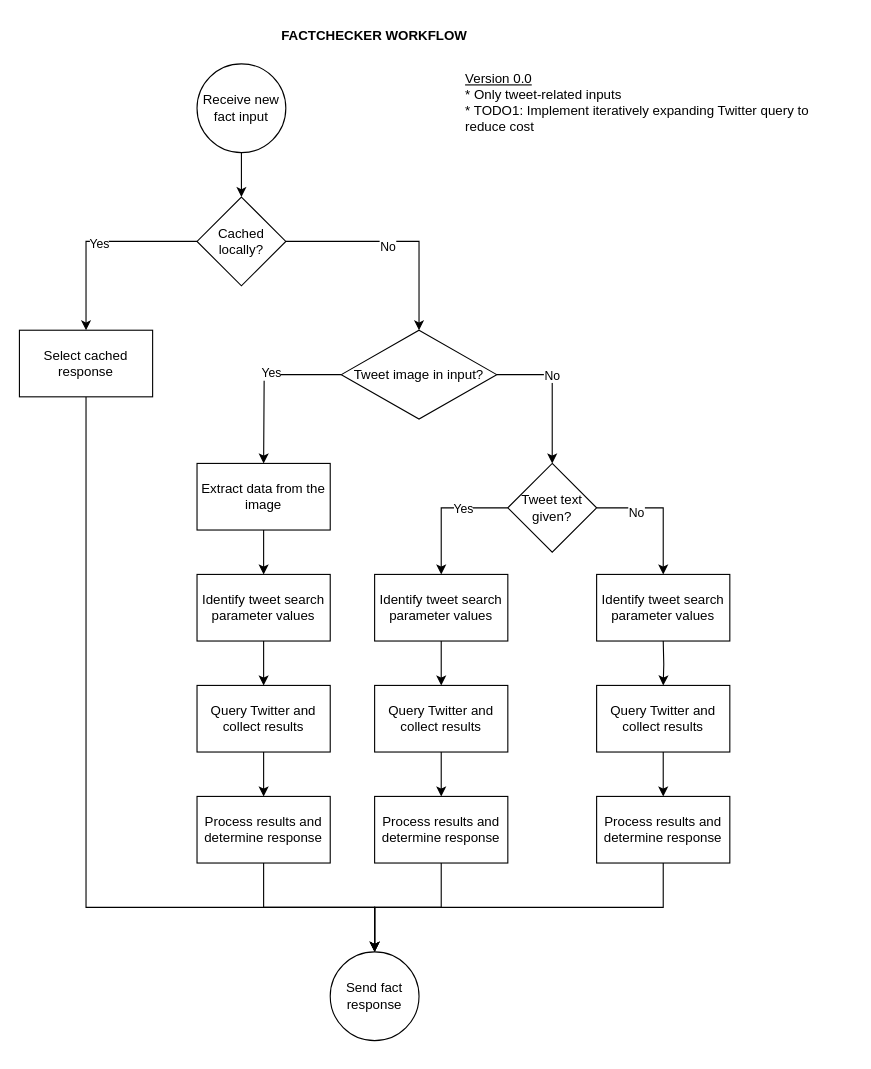
This is page "Page-2" (2 of 2) of factchecker.drawio from chaihub/fact-checker, a draw.io file, before an edit. Source tidied: cells renumbered, new cells numbered last; positions are measured from the earlier drawing's top-left corner, leaving out a move shared by most shapes. Both pictures are drawn from the tidied source at 111%, with x=0, y=0 at pixel (19, 19).
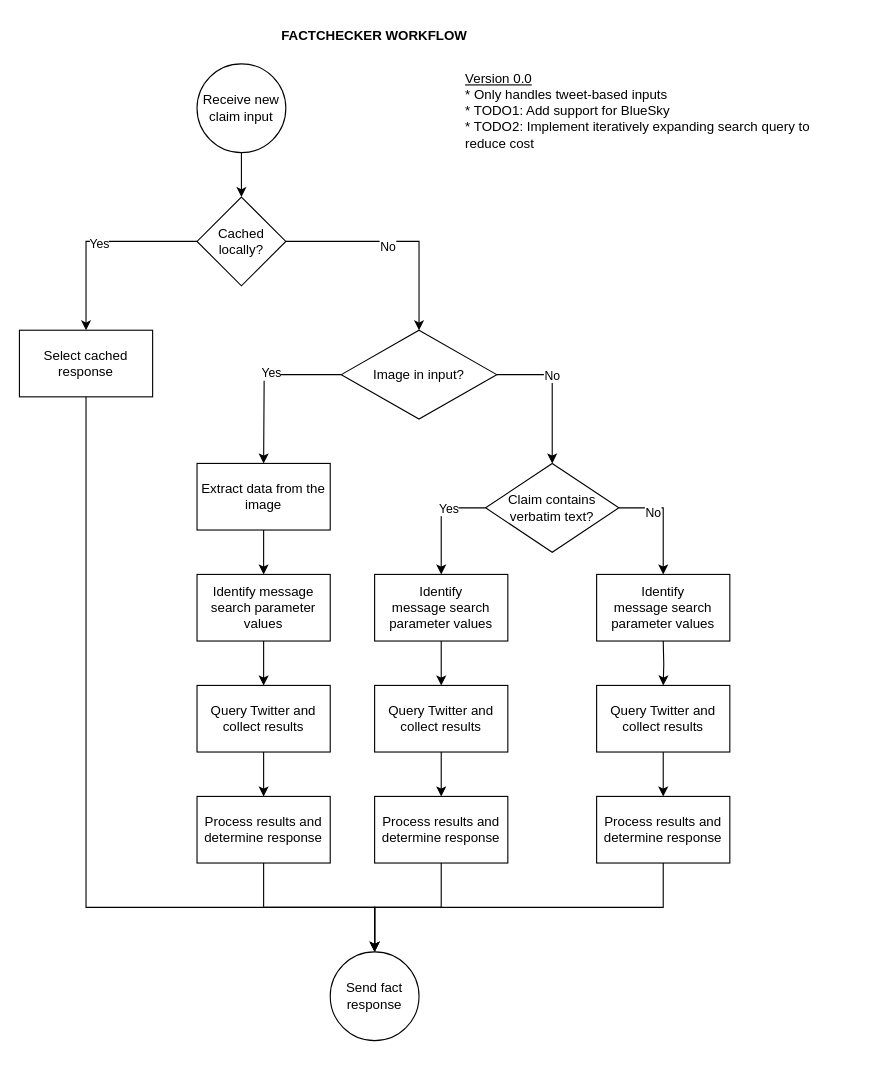
The same diagram, later.

The edit, as a diff of the source:
```diff
@@
-    <mxCell id="4" value="Receive new fact input" style="ellipse;whiteSpace=wrap;html=1;" parent="1" vertex="1">
+    <mxCell id="4" value="Receive new claim input" style="ellipse;whiteSpace=wrap;html=1;" parent="1" vertex="1">
       <mxGeometry x="160" y="40" width="80" height="80" as="geometry" />
     </mxCell>
@@
-    <mxCell id="16" value="Tweet image in input?" style="rhombus;whiteSpace=wrap;html=1;" parent="1" vertex="1">
+    <mxCell id="16" value="Image in input?" style="rhombus;whiteSpace=wrap;html=1;" parent="1" vertex="1">
       <mxGeometry x="290" y="280" width="140" height="80" as="geometry" />
     </mxCell>
-    <mxCell id="17" value="&lt;div&gt;&lt;u&gt;Version 0.0&lt;/u&gt;&lt;/div&gt;&lt;div&gt;* Only tweet-related inputs&lt;/div&gt;* TODO1: Implement iteratively expanding Twitter query to reduce cost" style="text;html=1;whiteSpace=wrap;strokeColor=none;fillColor=none;align=left;verticalAlign=top;rounded=0;" parent="1" vertex="1">
+    <mxCell id="17" value="&lt;div&gt;&lt;u&gt;Version 0.0&lt;/u&gt;&lt;/div&gt;&lt;div&gt;* Only handles tweet-based inputs&lt;/div&gt;&lt;div&gt;* TODO1: Add support for BlueSky&lt;/div&gt;* TODO2: Implement iteratively expanding search query to reduce cost" style="text;html=1;whiteSpace=wrap;strokeColor=none;fillColor=none;align=left;verticalAlign=top;rounded=0;" parent="1" vertex="1">
       <mxGeometry x="400" y="40" width="350" height="110" as="geometry" />
     </mxCell>
@@
-    <mxCell id="19" value="Identify tweet search parameter values" style="rounded=0;whiteSpace=wrap;html=1;" parent="1" vertex="1">
+    <mxCell id="19" value="Identify message&amp;nbsp;search parameter values" style="rounded=0;whiteSpace=wrap;html=1;" parent="1" vertex="1">
       <mxGeometry x="320" y="500" width="120" height="60" as="geometry" />
     </mxCell>
@@
-    <mxCell id="24" value="Tweet text given?" style="rhombus;whiteSpace=wrap;html=1;" parent="1" vertex="1">
-      <mxGeometry x="440" y="400" width="80" height="80" as="geometry" />
+    <mxCell id="24" value="Claim contains verbatim text?" style="rhombus;whiteSpace=wrap;html=1;" parent="1" vertex="1">
+      <mxGeometry x="420" y="400" width="120" height="80" as="geometry" />
     </mxCell>
-    <mxCell id="25" value="Identify tweet search parameter values" style="rounded=0;whiteSpace=wrap;html=1;" parent="1" vertex="1">
+    <mxCell id="25" value="Identify message&amp;nbsp;search parameter values" style="rounded=0;whiteSpace=wrap;html=1;" parent="1" vertex="1">
       <mxGeometry x="520" y="500" width="120" height="60" as="geometry" />
     </mxCell>
@@
-    <mxCell id="36" value="Identify tweet search parameter values" style="rounded=0;whiteSpace=wrap;html=1;" parent="1" vertex="1">
+    <mxCell id="36" value="Identify message search parameter values" style="rounded=0;whiteSpace=wrap;html=1;" parent="1" vertex="1">
       <mxGeometry x="160" y="500" width="120" height="60" as="geometry" />
     </mxCell>
```
